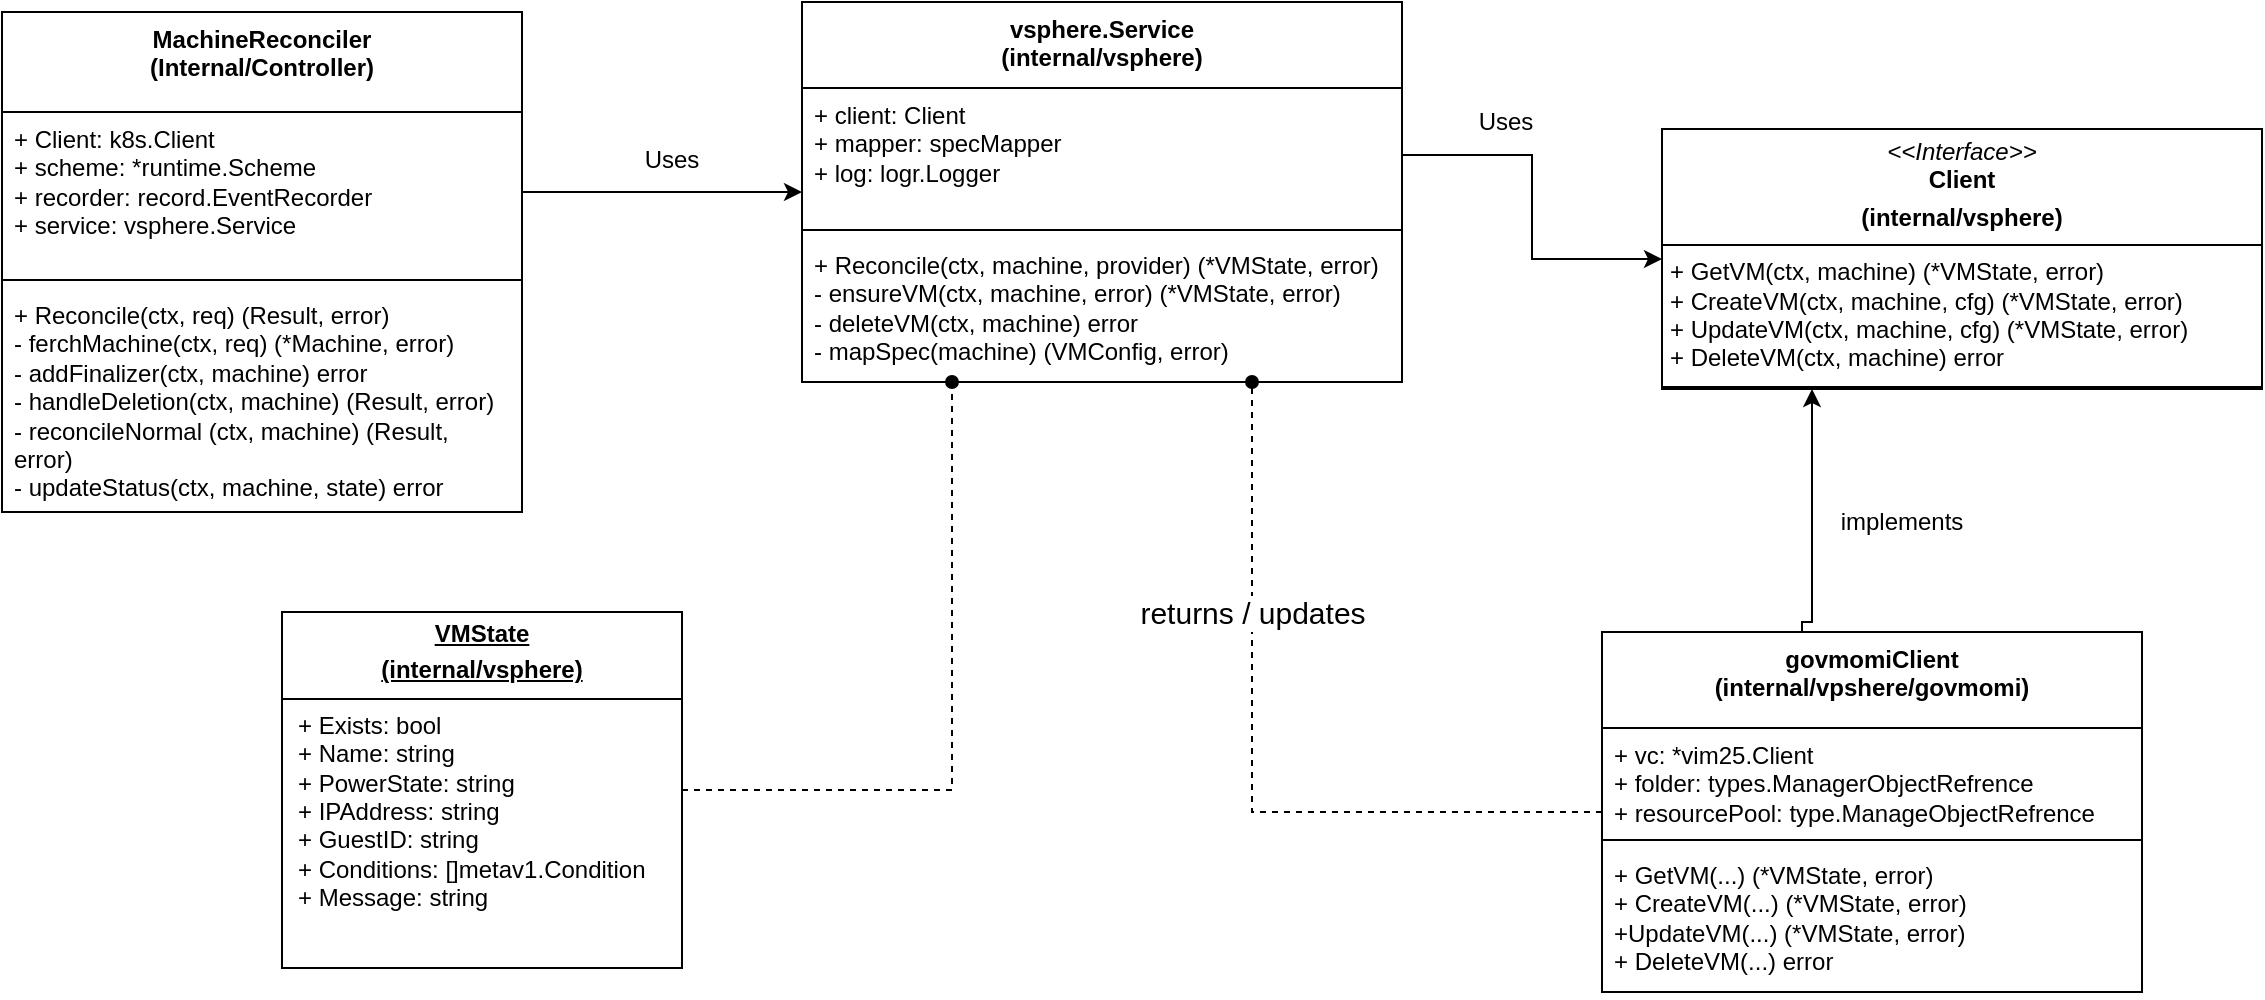
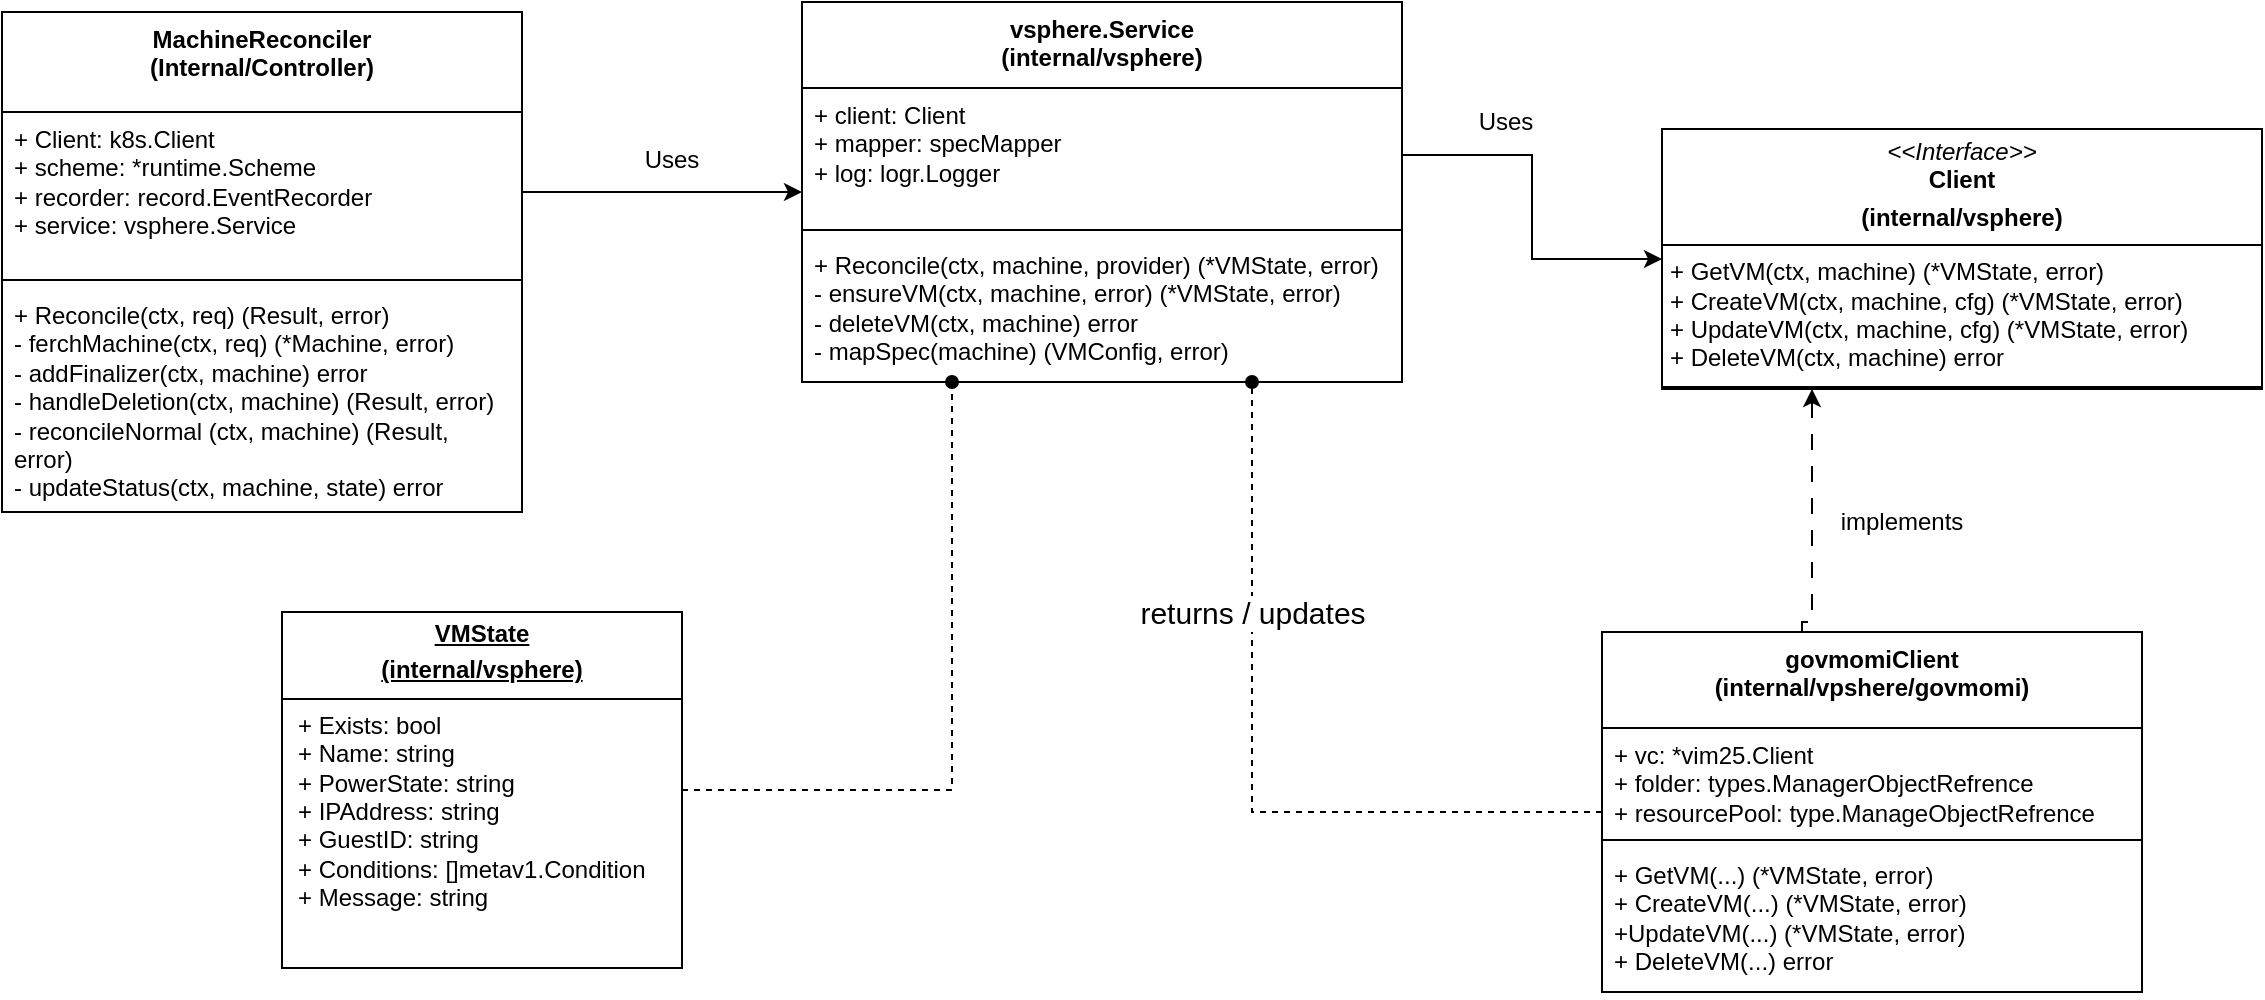
<mxfile host="app.diagrams.net">
  <diagram id="C5RBs43oDa-KdzZeNtuy" name="Page-1">
    <mxGraphModel dx="1720" dy="1138" grid="1" gridSize="10" guides="1" tooltips="1" connect="1" arrows="1" fold="1" page="1" pageScale="1" pageWidth="827" pageHeight="1169" math="0" shadow="0">
      <root>
        <mxCell id="WIyWlLk6GJQsqaUBKTNV-0" />
        <mxCell id="WIyWlLk6GJQsqaUBKTNV-1" parent="WIyWlLk6GJQsqaUBKTNV-0" />
        <mxCell id="q13Rm94vAvA1soPB4ISD-4" parent="WIyWlLk6GJQsqaUBKTNV-1" style="swimlane;fontStyle=1;align=center;verticalAlign=top;childLayout=stackLayout;horizontal=1;startSize=50;horizontalStack=0;resizeParent=1;resizeParentMax=0;resizeLast=0;collapsible=1;marginBottom=0;whiteSpace=wrap;html=1;" value="&lt;div&gt;MachineReconciler&lt;/div&gt;&lt;div&gt;(Internal/Controller)&lt;/div&gt;" vertex="1">
          <mxGeometry height="250" width="260" x="100" y="120" as="geometry" />
        </mxCell>
        <mxCell id="q13Rm94vAvA1soPB4ISD-5" parent="q13Rm94vAvA1soPB4ISD-4" style="text;strokeColor=none;fillColor=none;align=left;verticalAlign=top;spacingLeft=4;spacingRight=4;overflow=hidden;rotatable=0;points=[[0,0.5],[1,0.5]];portConstraint=eastwest;whiteSpace=wrap;html=1;" value="&lt;div&gt;+ Client: k8s.Client&lt;/div&gt;&lt;div&gt;+ scheme: *runtime.Scheme&lt;/div&gt;&lt;div&gt;+ recorder: record.EventRecorder&lt;/div&gt;&lt;div&gt;+ service: vsphere.Service&lt;/div&gt;" vertex="1">
          <mxGeometry height="80" width="260" y="50" as="geometry" />
        </mxCell>
        <mxCell id="q13Rm94vAvA1soPB4ISD-6" parent="q13Rm94vAvA1soPB4ISD-4" style="line;strokeWidth=1;fillColor=none;align=left;verticalAlign=middle;spacingTop=-1;spacingLeft=3;spacingRight=3;rotatable=0;labelPosition=right;points=[];portConstraint=eastwest;strokeColor=inherit;" value="" vertex="1">
          <mxGeometry height="8" width="260" y="130" as="geometry" />
        </mxCell>
        <mxCell id="q13Rm94vAvA1soPB4ISD-7" parent="q13Rm94vAvA1soPB4ISD-4" style="text;strokeColor=none;fillColor=none;align=left;verticalAlign=top;spacingLeft=4;spacingRight=4;overflow=hidden;rotatable=0;points=[[0,0.5],[1,0.5]];portConstraint=eastwest;whiteSpace=wrap;html=1;" value="&lt;div&gt;+ Reconcile(ctx, req) (Result, error)&lt;/div&gt;&lt;div&gt;- ferchMachine(ctx, req) (*Machine, error)&lt;/div&gt;&lt;div&gt;- addFinalizer(ctx, machine) error&lt;/div&gt;&lt;div&gt;- handleDeletion(ctx, machine) (Result, error)&lt;/div&gt;&lt;div&gt;- reconcileNormal (ctx, machine) (Result, error)&lt;/div&gt;&lt;div&gt;- updateStatus(ctx, machine, state) error&lt;/div&gt;&lt;div&gt;&lt;br&gt;&lt;/div&gt;" vertex="1">
          <mxGeometry height="112" width="260" y="138" as="geometry" />
        </mxCell>
        <mxCell id="q13Rm94vAvA1soPB4ISD-27" edge="1" parent="WIyWlLk6GJQsqaUBKTNV-1" source="q13Rm94vAvA1soPB4ISD-8" style="edgeStyle=orthogonalEdgeStyle;rounded=0;orthogonalLoop=1;jettySize=auto;html=1;entryX=0.75;entryY=1;entryDx=0;entryDy=0;endArrow=oval;endFill=1;dashed=1;" target="q13Rm94vAvA1soPB4ISD-12">
          <mxGeometry relative="1" as="geometry" />
        </mxCell>
        <mxCell id="q13Rm94vAvA1soPB4ISD-56" connectable="0" parent="q13Rm94vAvA1soPB4ISD-27" style="edgeLabel;html=1;align=center;verticalAlign=middle;resizable=0;points=[];" value="&lt;font style=&quot;font-size: 15px;&quot;&gt;returns / updates&lt;/font&gt;" vertex="1">
          <mxGeometry relative="1" x="0.4103" as="geometry">
            <mxPoint as="offset" />
          </mxGeometry>
        </mxCell>
-         <mxCell id="q13Rm94vAvA1soPB4ISD-53" edge="1" parent="WIyWlLk6GJQsqaUBKTNV-1" source="q13Rm94vAvA1soPB4ISD-8" style="edgeStyle=orthogonalEdgeStyle;rounded=0;orthogonalLoop=1;jettySize=auto;html=1;entryX=0.25;entryY=1;entryDx=0;entryDy=0;" target="q13Rm94vAvA1soPB4ISD-51">
+         <mxCell id="q13Rm94vAvA1soPB4ISD-53" edge="1" parent="WIyWlLk6GJQsqaUBKTNV-1" source="q13Rm94vAvA1soPB4ISD-8" style="edgeStyle=orthogonalEdgeStyle;rounded=0;orthogonalLoop=1;jettySize=auto;html=1;entryX=0.25;entryY=1;entryDx=0;entryDy=0;dashed=1;dashPattern=8 8;" target="q13Rm94vAvA1soPB4ISD-51">
          <mxGeometry relative="1" as="geometry">
            <Array as="points">
              <mxPoint x="1000" y="425" />
              <mxPoint x="1005" y="425" />
            </Array>
          </mxGeometry>
        </mxCell>
        <mxCell id="q13Rm94vAvA1soPB4ISD-8" parent="WIyWlLk6GJQsqaUBKTNV-1" style="swimlane;fontStyle=1;align=center;verticalAlign=top;childLayout=stackLayout;horizontal=1;startSize=48;horizontalStack=0;resizeParent=1;resizeParentMax=0;resizeLast=0;collapsible=1;marginBottom=0;whiteSpace=wrap;html=1;" value="&lt;div&gt;govmomiClient&lt;/div&gt;&lt;div&gt;(internal/vpshere/govmomi)&lt;/div&gt;&lt;div&gt;&lt;br&gt;&lt;/div&gt;" vertex="1">
          <mxGeometry height="180" width="270" x="900" y="430" as="geometry" />
        </mxCell>
        <mxCell id="q13Rm94vAvA1soPB4ISD-9" parent="q13Rm94vAvA1soPB4ISD-8" style="text;strokeColor=none;fillColor=none;align=left;verticalAlign=top;spacingLeft=4;spacingRight=4;overflow=hidden;rotatable=0;points=[[0,0.5],[1,0.5]];portConstraint=eastwest;whiteSpace=wrap;html=1;" value="&lt;div&gt;+ vc: *vim25.Client&lt;/div&gt;&lt;div&gt;+ folder: types.ManagerObjectRefrence&lt;/div&gt;&lt;div&gt;+ resourcePool: type.ManageObjectRefrence&lt;/div&gt;" vertex="1">
          <mxGeometry height="52" width="270" y="48" as="geometry" />
        </mxCell>
        <mxCell id="q13Rm94vAvA1soPB4ISD-10" parent="q13Rm94vAvA1soPB4ISD-8" style="line;strokeWidth=1;fillColor=none;align=left;verticalAlign=middle;spacingTop=-1;spacingLeft=3;spacingRight=3;rotatable=0;labelPosition=right;points=[];portConstraint=eastwest;strokeColor=inherit;" value="" vertex="1">
          <mxGeometry height="8" width="270" y="100" as="geometry" />
        </mxCell>
        <mxCell id="q13Rm94vAvA1soPB4ISD-11" parent="q13Rm94vAvA1soPB4ISD-8" style="text;strokeColor=none;fillColor=none;align=left;verticalAlign=top;spacingLeft=4;spacingRight=4;overflow=hidden;rotatable=0;points=[[0,0.5],[1,0.5]];portConstraint=eastwest;whiteSpace=wrap;html=1;" value="&lt;div&gt;+ GetVM(...) (*VMState, error)&lt;/div&gt;&lt;div&gt;+ CreateVM(...) (*VMState, error)&lt;/div&gt;&lt;div&gt;+UpdateVM(...) (*VMState, error)&lt;/div&gt;&lt;div&gt;+ DeleteVM(...) error&lt;/div&gt;" vertex="1">
          <mxGeometry height="72" width="270" y="108" as="geometry" />
        </mxCell>
        <mxCell id="q13Rm94vAvA1soPB4ISD-12" parent="WIyWlLk6GJQsqaUBKTNV-1" style="swimlane;fontStyle=1;align=center;verticalAlign=top;childLayout=stackLayout;horizontal=1;startSize=43;horizontalStack=0;resizeParent=1;resizeParentMax=0;resizeLast=0;collapsible=1;marginBottom=0;whiteSpace=wrap;html=1;" value="&lt;div&gt;vsphere.Service&lt;/div&gt;&lt;div&gt;(internal/vsphere)&lt;/div&gt;" vertex="1">
          <mxGeometry height="190" width="300" x="500" y="115" as="geometry" />
        </mxCell>
        <mxCell id="q13Rm94vAvA1soPB4ISD-13" parent="q13Rm94vAvA1soPB4ISD-12" style="text;strokeColor=none;fillColor=none;align=left;verticalAlign=top;spacingLeft=4;spacingRight=4;overflow=hidden;rotatable=0;points=[[0,0.5],[1,0.5]];portConstraint=eastwest;whiteSpace=wrap;html=1;" value="&lt;div&gt;+ client: Client&lt;/div&gt;&lt;div&gt;+ mapper: specMapper&lt;/div&gt;&lt;div&gt;+ log: logr.Logger&lt;/div&gt;" vertex="1">
          <mxGeometry height="67" width="300" y="43" as="geometry" />
        </mxCell>
        <mxCell id="q13Rm94vAvA1soPB4ISD-14" parent="q13Rm94vAvA1soPB4ISD-12" style="line;strokeWidth=1;fillColor=none;align=left;verticalAlign=middle;spacingTop=-1;spacingLeft=3;spacingRight=3;rotatable=0;labelPosition=right;points=[];portConstraint=eastwest;strokeColor=inherit;" value="" vertex="1">
          <mxGeometry height="8" width="300" y="110" as="geometry" />
        </mxCell>
        <mxCell id="q13Rm94vAvA1soPB4ISD-15" parent="q13Rm94vAvA1soPB4ISD-12" style="text;strokeColor=none;fillColor=none;align=left;verticalAlign=top;spacingLeft=4;spacingRight=4;overflow=hidden;rotatable=0;points=[[0,0.5],[1,0.5]];portConstraint=eastwest;whiteSpace=wrap;html=1;" value="&lt;div&gt;+ Reconcile(ctx, machine, provider) (*VMState, error)&lt;/div&gt;&lt;div&gt;- ensureVM(ctx, machine, error) (*VMState, error)&lt;/div&gt;&lt;div&gt;- deleteVM(ctx, machine) error&lt;/div&gt;&lt;div&gt;- mapSpec(machine) (VMConfig, error)&lt;/div&gt;" vertex="1">
          <mxGeometry height="72" width="300" y="118" as="geometry" />
        </mxCell>
        <mxCell id="q13Rm94vAvA1soPB4ISD-24" edge="1" parent="WIyWlLk6GJQsqaUBKTNV-1" source="q13Rm94vAvA1soPB4ISD-5" style="edgeStyle=orthogonalEdgeStyle;rounded=0;orthogonalLoop=1;jettySize=auto;html=1;entryX=0;entryY=0.5;entryDx=0;entryDy=0;" target="q13Rm94vAvA1soPB4ISD-12">
          <mxGeometry relative="1" as="geometry" />
        </mxCell>
        <mxCell id="q13Rm94vAvA1soPB4ISD-50" edge="1" parent="WIyWlLk6GJQsqaUBKTNV-1" source="q13Rm94vAvA1soPB4ISD-47" style="edgeStyle=orthogonalEdgeStyle;rounded=0;orthogonalLoop=1;jettySize=auto;html=1;entryX=0.25;entryY=1;entryDx=0;entryDy=0;endArrow=oval;endFill=1;dashed=1;" target="q13Rm94vAvA1soPB4ISD-12">
          <mxGeometry relative="1" as="geometry" />
        </mxCell>
        <mxCell id="q13Rm94vAvA1soPB4ISD-47" parent="WIyWlLk6GJQsqaUBKTNV-1" style="verticalAlign=top;align=left;overflow=fill;html=1;whiteSpace=wrap;" value="&lt;p style=&quot;margin: 4px 0px 0px; text-align: center; text-decoration: underline;&quot;&gt;&lt;b&gt;VMState&lt;/b&gt;&lt;/p&gt;&lt;p style=&quot;margin: 4px 0px 0px; text-align: center; text-decoration: underline;&quot;&gt;&lt;b&gt;(internal/vsphere)&lt;/b&gt;&lt;/p&gt;&lt;hr size=&quot;1&quot; style=&quot;border-style:solid;&quot;&gt;&lt;p style=&quot;margin:0px;margin-left:8px;&quot;&gt;+ Exists: bool&lt;br&gt;+ Name: string&lt;br&gt;+ PowerState: string&lt;/p&gt;&lt;p style=&quot;margin:0px;margin-left:8px;&quot;&gt;+ IPAddress: string&lt;/p&gt;&lt;p style=&quot;margin:0px;margin-left:8px;&quot;&gt;+ GuestID: string&lt;/p&gt;&lt;p style=&quot;margin:0px;margin-left:8px;&quot;&gt;+ Conditions: []metav1.Condition&lt;/p&gt;&lt;p style=&quot;margin:0px;margin-left:8px;&quot;&gt;+ Message: string&lt;/p&gt;" vertex="1">
          <mxGeometry height="178" width="200" x="240" y="420" as="geometry" />
        </mxCell>
        <mxCell id="q13Rm94vAvA1soPB4ISD-51" parent="WIyWlLk6GJQsqaUBKTNV-1" style="verticalAlign=top;align=left;overflow=fill;html=1;whiteSpace=wrap;" value="&lt;p style=&quot;margin:0px;margin-top:4px;text-align:center;&quot;&gt;&lt;i&gt;&amp;lt;&amp;lt;Interface&amp;gt;&amp;gt;&lt;/i&gt;&lt;br&gt;&lt;b&gt;Client&lt;/b&gt;&lt;/p&gt;&lt;p style=&quot;margin:0px;margin-top:4px;text-align:center;&quot;&gt;&lt;b&gt;(internal/vsphere)&lt;/b&gt;&lt;/p&gt;&lt;hr size=&quot;1&quot; style=&quot;border-style:solid;&quot;&gt;&lt;p style=&quot;margin:0px;margin-left:4px;&quot;&gt;+ GetVM(ctx, machine) (*VMState, error)&lt;br&gt;+ CreateVM(ctx, machine, cfg) (*VMState, error)&lt;/p&gt;&lt;p style=&quot;margin:0px;margin-left:4px;&quot;&gt;+ UpdateVM(ctx, machine, cfg) (*VMState, error)&lt;/p&gt;&lt;p style=&quot;margin:0px;margin-left:4px;&quot;&gt;+ DeleteVM(ctx, machine) error&lt;/p&gt;&lt;hr size=&quot;1&quot; style=&quot;border-style:solid;&quot;&gt;" vertex="1">
          <mxGeometry height="130" width="300" x="930" y="178.5" as="geometry" />
        </mxCell>
        <mxCell id="q13Rm94vAvA1soPB4ISD-52" edge="1" parent="WIyWlLk6GJQsqaUBKTNV-1" source="q13Rm94vAvA1soPB4ISD-13" style="edgeStyle=orthogonalEdgeStyle;rounded=0;orthogonalLoop=1;jettySize=auto;html=1;entryX=0;entryY=0.5;entryDx=0;entryDy=0;" target="q13Rm94vAvA1soPB4ISD-51">
          <mxGeometry relative="1" as="geometry" />
        </mxCell>
        <mxCell id="q13Rm94vAvA1soPB4ISD-54" parent="WIyWlLk6GJQsqaUBKTNV-1" style="text;html=1;whiteSpace=wrap;strokeColor=none;fillColor=none;align=center;verticalAlign=middle;rounded=0;autosize=1;resizable=0;" value="Uses" vertex="1">
          <mxGeometry height="30" width="50" x="410" y="178.5" as="geometry" />
        </mxCell>
        <mxCell id="q13Rm94vAvA1soPB4ISD-57" parent="WIyWlLk6GJQsqaUBKTNV-1" style="text;html=1;whiteSpace=wrap;strokeColor=none;fillColor=none;align=center;verticalAlign=middle;rounded=0;autosize=1;resizable=0;" value="implements" vertex="1">
          <mxGeometry height="30" width="80" x="1010" y="360" as="geometry" />
        </mxCell>
        <mxCell id="q13Rm94vAvA1soPB4ISD-58" parent="WIyWlLk6GJQsqaUBKTNV-1" style="text;html=1;whiteSpace=wrap;strokeColor=none;fillColor=none;align=center;verticalAlign=middle;rounded=0;autosize=1;resizable=0;" value="Uses" vertex="1">
          <mxGeometry height="30" width="50" x="827" y="160" as="geometry" />
        </mxCell>
      </root>
    </mxGraphModel>
  </diagram>
</mxfile>
